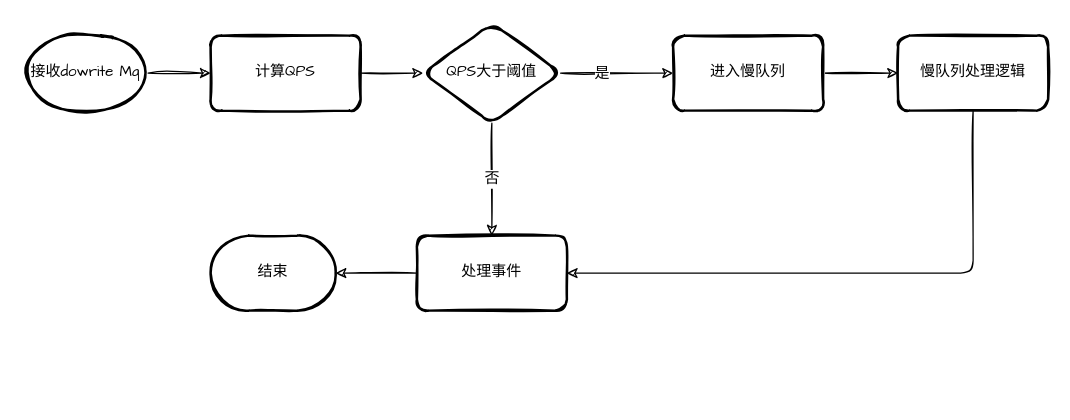
The draw.io diagram draw/多租户MQ拥堵解决方案.drawio in scutken/addyuUtils, before the edit. Source tidied: cells renumbered, new cells numbered last; positions are measured from the earlier drawing's top-left corner, leaving out a move shared by most shapes. Both pictures are drawn from the tidied source at 125%, with x=0, y=0 at pixel (22, 22).
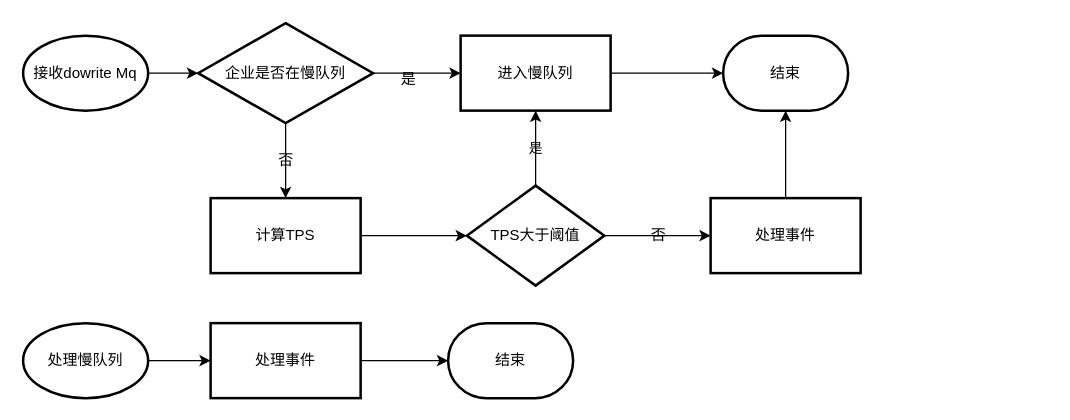
The same page after the edit.

Commit message:
更新多租户MQ拥堵解决方案.drawio

What changed in the source:
```diff
@@
-    <mxCell id="2" style="edgeStyle=orthogonalEdgeStyle;curved=0;rounded=1;sketch=1;jettySize=auto;html=1;shadow=0;fontFamily=Comic Sans MS;fontSize=12;" parent="1" edge="1" source="3" target="5">
-      <mxGeometry relative="1" as="geometry" />
-    </mxCell>
+    <mxCell id="17" style="edgeStyle=orthogonalEdgeStyle;jettySize=auto;html=1;shadow=0;fontFamily=宋体;fontSize=12;labelBackgroundColor=none;curved=1;" parent="1" edge="1" source="3" target="22">
+      <mxGeometry relative="1" as="geometry" />
+    </mxCell>
-    <mxCell id="3" value="接收dowrite Mq" style="strokeWidth=2;html=1;shape=mxgraph.flowchart.start_1;whiteSpace=wrap;fontFamily=Comic Sans MS;fontSize=12;fontColor=#000000;align=center;strokeColor=#000000;fillColor=#ffffff;sketch=1;shadow=0;" parent="1" vertex="1">
+    <mxCell id="3" value="接收dowrite Mq" style="strokeWidth=2;html=1;shape=mxgraph.flowchart.start_1;whiteSpace=wrap;fontFamily=宋体;fontSize=12;align=center;shadow=0;labelBackgroundColor=none;" parent="1" vertex="1">
       <mxGeometry y="10" width="100" height="60" as="geometry" />
     </mxCell>
-    <mxCell id="4" style="edgeStyle=orthogonalEdgeStyle;curved=0;rounded=1;sketch=1;jettySize=auto;html=1;shadow=0;fontFamily=Comic Sans MS;fontSize=12;" parent="1" edge="1" source="5" target="9">
+    <mxCell id="4" style="edgeStyle=orthogonalEdgeStyle;jettySize=auto;html=1;shadow=0;fontFamily=宋体;fontSize=12;labelBackgroundColor=none;curved=1;" parent="1" edge="1" source="5" target="9">
       <mxGeometry relative="1" as="geometry" />
     </mxCell>
-    <mxCell id="5" value="计算QPS" style="whiteSpace=wrap;html=1;rounded=1;strokeWidth=2;sketch=1;shadow=0;fontFamily=Comic Sans MS;fontSize=12;" parent="1" vertex="1">
-      <mxGeometry x="150" y="10" width="120" height="60" as="geometry" />
+    <mxCell id="5" value="计算TPS" style="whiteSpace=wrap;html=1;strokeWidth=2;shadow=0;fontFamily=宋体;fontSize=12;labelBackgroundColor=none;" parent="1" vertex="1">
+      <mxGeometry x="150" y="140" width="120" height="60" as="geometry" />
     </mxCell>
-    <mxCell id="6" style="edgeStyle=orthogonalEdgeStyle;curved=0;rounded=1;sketch=1;jettySize=auto;html=1;shadow=0;fontFamily=Comic Sans MS;fontSize=12;" parent="1" edge="1" source="9" target="11">
-      <mxGeometry relative="1" as="geometry" />
-    </mxCell>
-    <mxCell id="7" value="是" style="edgeLabel;html=1;align=center;verticalAlign=middle;fontSize=12;fontFamily=Comic Sans MS;" parent="6" vertex="1">
-      <mxGeometry x="-0.29" relative="1" as="geometry" />
-    </mxCell>
-    <mxCell id="8" value="否" style="edgeStyle=orthogonalEdgeStyle;curved=0;rounded=1;sketch=1;jettySize=auto;html=1;shadow=0;fontFamily=Comic Sans MS;fontSize=12;" parent="1" edge="1" source="9" target="15">
+    <mxCell id="8" value="否" style="edgeStyle=orthogonalEdgeStyle;jettySize=auto;html=1;shadow=0;fontFamily=宋体;fontSize=12;labelBackgroundColor=none;curved=1;" parent="1" edge="1" source="9" target="15">
       <mxGeometry relative="1" as="geometry" />
     </mxCell>
+    <mxCell id="18" value="是" style="edgeStyle=orthogonalEdgeStyle;rounded=0;orthogonalLoop=1;jettySize=auto;html=1;labelBackgroundColor=none;curved=1;" parent="1" edge="1">
+      <mxGeometry relative="1" as="geometry">
+        <mxPoint x="410" y="130" as="sourcePoint" />
+        <mxPoint x="410" y="70" as="targetPoint" />
+      </mxGeometry>
+    </mxCell>
-    <mxCell id="9" value="QPS大于阈值" style="rhombus;whiteSpace=wrap;html=1;rounded=1;strokeWidth=2;sketch=1;shadow=0;fontFamily=Comic Sans MS;fontSize=12;" parent="1" vertex="1">
-      <mxGeometry x="320" width="110" height="80" as="geometry" />
+    <mxCell id="9" value="TPS大于阈值" style="rhombus;whiteSpace=wrap;html=1;strokeWidth=2;shadow=0;fontFamily=宋体;fontSize=12;labelBackgroundColor=none;" parent="1" vertex="1">
+      <mxGeometry x="355" y="130" width="110" height="80" as="geometry" />
     </mxCell>
-    <mxCell id="10" style="edgeStyle=orthogonalEdgeStyle;curved=0;rounded=1;sketch=1;jettySize=auto;html=1;shadow=0;fontFamily=Comic Sans MS;fontSize=12;" parent="1" edge="1" source="11" target="13">
+    <mxCell id="10" style="edgeStyle=orthogonalEdgeStyle;jettySize=auto;html=1;shadow=0;fontFamily=宋体;fontSize=12;labelBackgroundColor=none;curved=1;entryX=0;entryY=0.5;entryDx=0;entryDy=0;entryPerimeter=0;" parent="1" edge="1" source="11" target="16">
       <mxGeometry relative="1" as="geometry" />
     </mxCell>
-    <mxCell id="11" value="进入慢队列" style="whiteSpace=wrap;html=1;rounded=1;strokeWidth=2;sketch=1;shadow=0;fontFamily=Comic Sans MS;fontSize=12;" parent="1" vertex="1">
-      <mxGeometry x="520" y="10" width="120" height="60" as="geometry" />
+    <mxCell id="11" value="进入慢队列" style="whiteSpace=wrap;html=1;strokeWidth=2;shadow=0;fontFamily=宋体;fontSize=12;labelBackgroundColor=none;" parent="1" vertex="1">
+      <mxGeometry x="350" y="10" width="120" height="60" as="geometry" />
     </mxCell>
-    <mxCell id="12" style="edgeStyle=orthogonalEdgeStyle;curved=0;rounded=1;sketch=1;jettySize=auto;html=1;exitX=0.5;exitY=1;exitDx=0;exitDy=0;entryX=1;entryY=0.5;entryDx=0;entryDy=0;shadow=0;fontFamily=Comic Sans MS;fontSize=12;" parent="1" edge="1" source="13" target="15">
-      <mxGeometry relative="1" as="geometry" />
-    </mxCell>
-    <mxCell id="13" value="慢队列处理逻辑" style="whiteSpace=wrap;html=1;rounded=1;strokeWidth=2;sketch=1;shadow=0;fontFamily=Comic Sans MS;fontSize=12;" parent="1" vertex="1">
-      <mxGeometry x="700" y="10" width="120" height="60" as="geometry" />
-    </mxCell>
-    <mxCell id="14" style="edgeStyle=orthogonalEdgeStyle;curved=0;rounded=1;sketch=1;jettySize=auto;html=1;shadow=0;fontFamily=Comic Sans MS;fontSize=12;" parent="1" edge="1" source="15" target="16">
+    <mxCell id="14" style="edgeStyle=orthogonalEdgeStyle;jettySize=auto;html=1;shadow=0;fontFamily=宋体;fontSize=12;labelBackgroundColor=none;curved=1;" parent="1" edge="1" source="15" target="16">
       <mxGeometry relative="1" as="geometry" />
     </mxCell>
-    <mxCell id="15" value="处理事件" style="whiteSpace=wrap;html=1;rounded=1;strokeWidth=2;sketch=1;shadow=0;fontFamily=Comic Sans MS;fontSize=12;" parent="1" vertex="1">
-      <mxGeometry x="315" y="170" width="120" height="60" as="geometry" />
+    <mxCell id="15" value="处理事件" style="whiteSpace=wrap;html=1;strokeWidth=2;shadow=0;fontFamily=宋体;fontSize=12;labelBackgroundColor=none;" parent="1" vertex="1">
+      <mxGeometry x="550" y="140" width="120" height="60" as="geometry" />
     </mxCell>
-    <mxCell id="16" value="结束" style="strokeWidth=2;html=1;shape=mxgraph.flowchart.terminator;whiteSpace=wrap;rounded=0;sketch=1;shadow=0;fontFamily=Comic Sans MS;fontSize=12;" parent="1" vertex="1">
-      <mxGeometry x="150" y="170" width="100" height="60" as="geometry" />
+    <mxCell id="16" value="结束" style="strokeWidth=2;html=1;shape=mxgraph.flowchart.terminator;whiteSpace=wrap;shadow=0;fontFamily=宋体;fontSize=12;labelBackgroundColor=none;" parent="1" vertex="1">
+      <mxGeometry x="560" y="10" width="100" height="60" as="geometry" />
     </mxCell>
+    <mxCell id="19" value="否" style="edgeStyle=orthogonalEdgeStyle;jettySize=auto;html=1;shadow=0;fontFamily=宋体;fontSize=12;labelBackgroundColor=none;curved=1;" parent="1" edge="1" source="22" target="5">
+      <mxGeometry relative="1" as="geometry" />
+    </mxCell>
+    <mxCell id="20" style="edgeStyle=orthogonalEdgeStyle;jettySize=auto;html=1;exitX=1;exitY=0.5;exitDx=0;exitDy=0;entryX=0;entryY=0.5;entryDx=0;entryDy=0;shadow=0;fontFamily=宋体;fontSize=12;labelBackgroundColor=none;curved=1;" parent="1" edge="1" source="22" target="11">
+      <mxGeometry relative="1" as="geometry" />
+    </mxCell>
+    <mxCell id="21" value="是" style="edgeLabel;html=1;align=center;verticalAlign=middle;fontSize=12;fontFamily=宋体;labelBackgroundColor=none;" parent="20" vertex="1">
+      <mxGeometry x="-0.22" y="-4" relative="1" as="geometry" />
+    </mxCell>
+    <mxCell id="22" value="企业是否在慢队列" style="rhombus;whiteSpace=wrap;html=1;shadow=0;fontFamily=宋体;strokeWidth=2;labelBackgroundColor=none;" parent="1" vertex="1">
+      <mxGeometry x="140" width="140" height="80" as="geometry" />
+    </mxCell>
+    <mxCell id="23" style="edgeStyle=orthogonalEdgeStyle;curved=0;rounded=1;sketch=0;jettySize=auto;html=1;" parent="1" edge="1" source="24" target="26">
+      <mxGeometry relative="1" as="geometry" />
+    </mxCell>
+    <mxCell id="24" value="处理慢队列" style="strokeWidth=2;html=1;shape=mxgraph.flowchart.start_1;whiteSpace=wrap;rounded=0;sketch=0;" parent="1" vertex="1">
+      <mxGeometry y="240" width="100" height="60" as="geometry" />
+    </mxCell>
+    <mxCell id="25" style="edgeStyle=orthogonalEdgeStyle;curved=0;rounded=1;sketch=0;jettySize=auto;html=1;" parent="1" edge="1" source="26" target="27">
+      <mxGeometry relative="1" as="geometry" />
+    </mxCell>
+    <mxCell id="26" value="处理事件" style="whiteSpace=wrap;html=1;rounded=0;strokeWidth=2;sketch=0;" parent="1" vertex="1">
+      <mxGeometry x="150" y="240" width="120" height="60" as="geometry" />
+    </mxCell>
+    <mxCell id="27" value="结束" style="strokeWidth=2;html=1;shape=mxgraph.flowchart.terminator;whiteSpace=wrap;shadow=0;fontFamily=宋体;fontSize=12;labelBackgroundColor=none;" parent="1" vertex="1">
+      <mxGeometry x="340" y="240" width="100" height="60" as="geometry" />
+    </mxCell>
```
